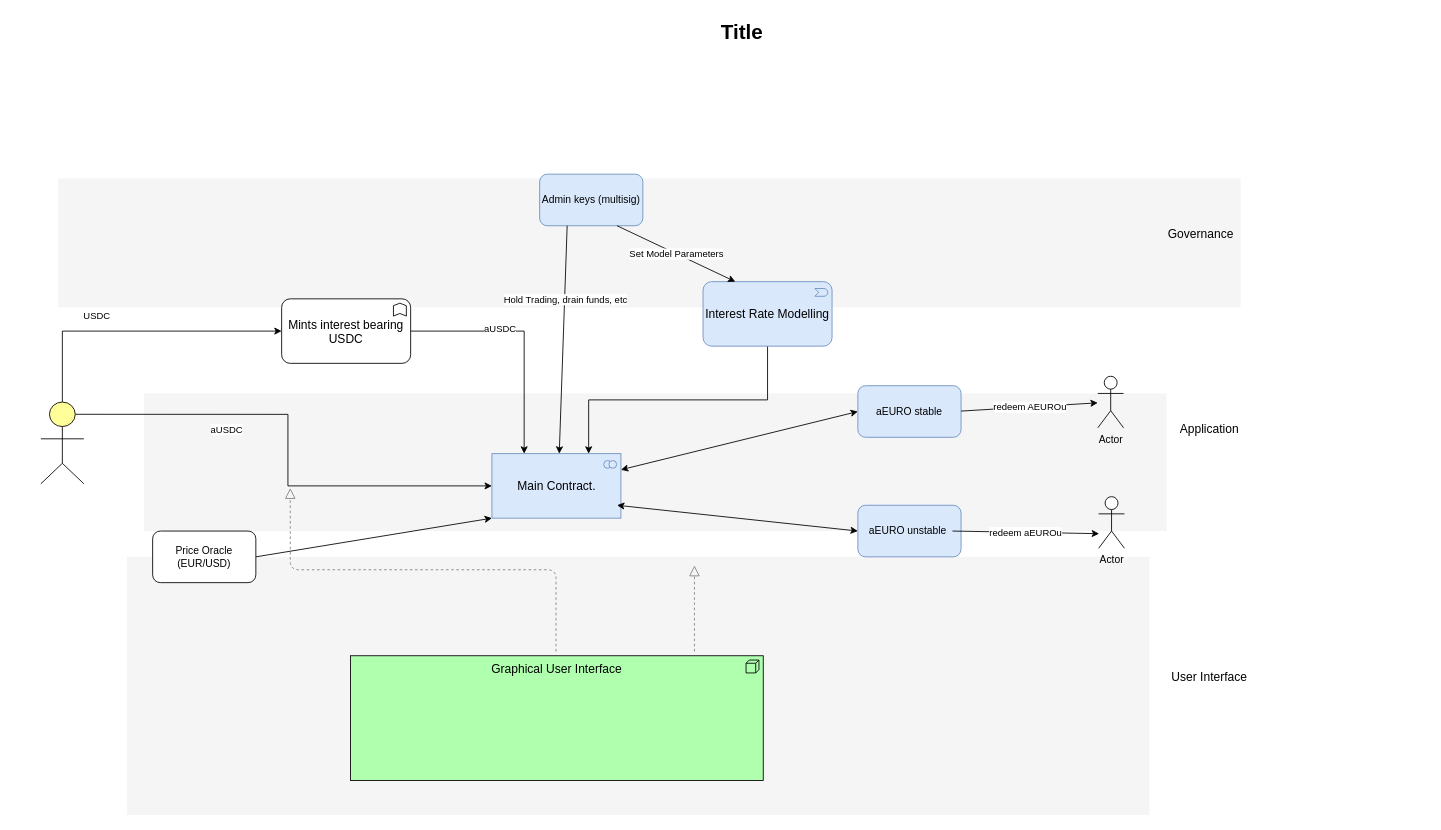
Before: flowchart.drawio in markus0x1/Dollar_Hedge, a draw.io diagram. Source tidied: cells renumbered, new cells numbered last; positions are measured from the earlier drawing's top-left corner, leaving out a move shared by most shapes. Both pictures are drawn from the tidied source at 86%, with x=0, y=0 at pixel (40, 15).
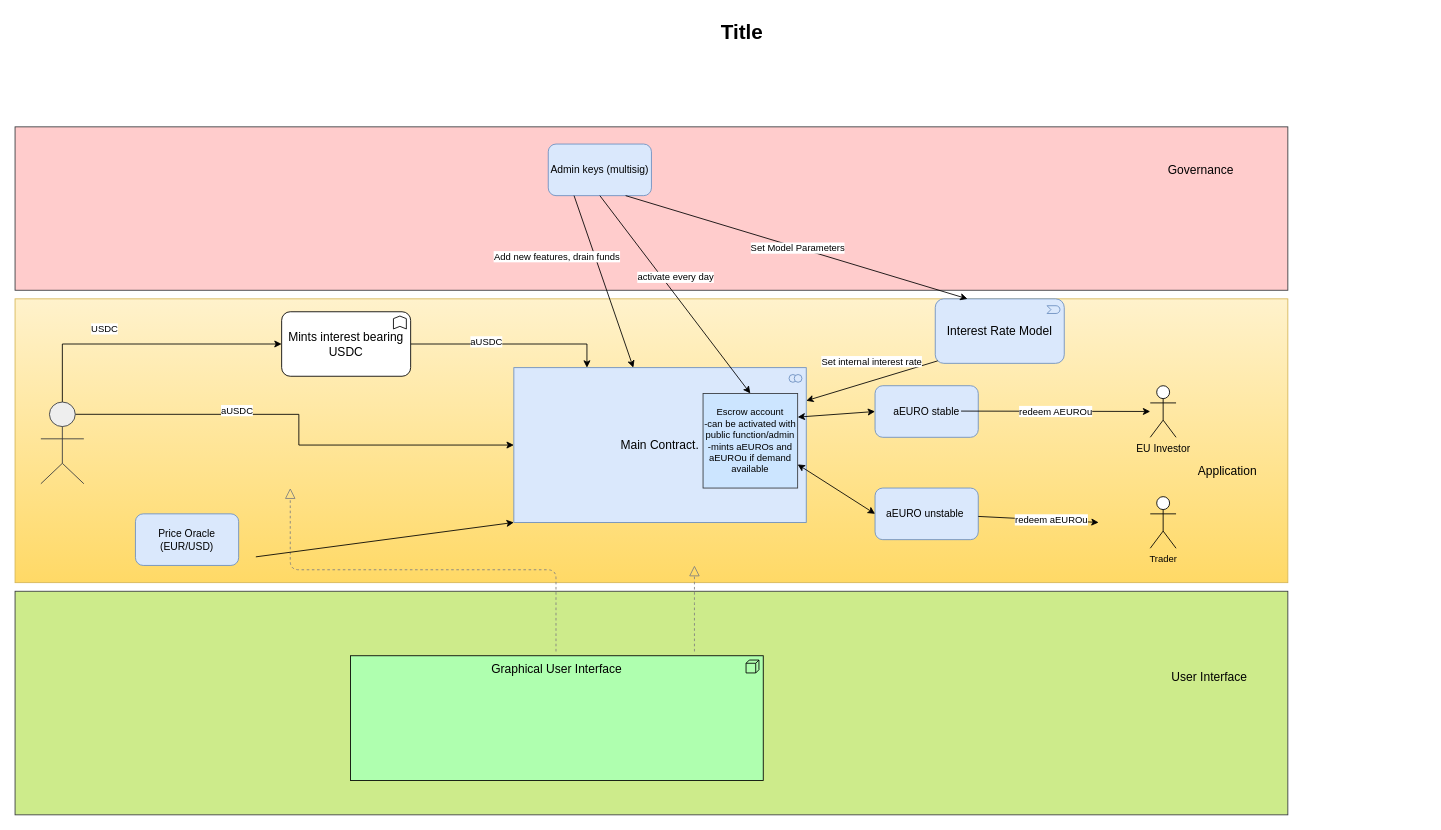
Above is the later version.

The edit, as a diff of the source:
```diff
@@
-    <mxCell id="2" style="whiteSpace=wrap;html=1;strokeColor=none;strokeWidth=1;fillColor=#f5f5f5;fontSize=14;" parent="1" vertex="1">
-      <mxGeometry x="100" y="630" width="1189" height="300" as="geometry" />
+    <mxCell id="2" style="whiteSpace=wrap;html=1;strokeColor=#36393d;strokeWidth=1;fillColor=#cdeb8b;fontSize=14;" parent="1" vertex="1">
+      <mxGeometry x="-30" y="670" width="1480" height="260" as="geometry" />
     </mxCell>
-    <mxCell id="3" style="whiteSpace=wrap;html=1;strokeColor=none;strokeWidth=1;fillColor=#f5f5f5;fontSize=14;" parent="1" vertex="1">
-      <mxGeometry x="120" y="440" width="1189" height="160" as="geometry" />
+    <mxCell id="3" style="whiteSpace=wrap;html=1;strokeWidth=1;fontSize=14;gradientColor=#ffd966;fillColor=#fff2cc;strokeColor=#d6b656;" parent="1" vertex="1">
+      <mxGeometry x="-30" y="330" width="1480" height="330" as="geometry" />
     </mxCell>
-    <mxCell id="4" style="whiteSpace=wrap;html=1;strokeColor=none;strokeWidth=1;fillColor=#f5f5f5;fontSize=14;" parent="1" vertex="1">
-      <mxGeometry x="20" y="190" width="1375" height="150" as="geometry" />
+    <mxCell id="4" style="whiteSpace=wrap;html=1;strokeColor=#36393d;strokeWidth=1;fillColor=#ffcccc;fontSize=14;" parent="1" vertex="1">
+      <mxGeometry x="-30" y="130" width="1480" height="190" as="geometry" />
     </mxCell>
@@
     <mxCell id="9" value="Mints interest bearing USDC" style="html=1;whiteSpace=wrap;shape=mxgraph.archimate3.application;appType=func;archiType=rounded;fontSize=14;" parent="1" vertex="1">
-      <mxGeometry x="280" y="330" width="150" height="75" as="geometry" />
+      <mxGeometry x="280" y="345" width="150" height="75" as="geometry" />
     </mxCell>
-    <mxCell id="10" value="Main Contract." style="html=1;whiteSpace=wrap;fillColor=#dae8fc;shape=mxgraph.archimate3.application;appType=collab;archiType=square;fontSize=14;strokeColor=#6c8ebf;" parent="1" vertex="1">
-      <mxGeometry x="524.5" y="510" width="150" height="75" as="geometry" />
+    <mxCell id="10" value="Main Contract." style="html=1;whiteSpace=wrap;fillColor=#dae8fc;shape=mxgraph.archimate3.application;appType=collab;archiType=square;fontSize=14;strokeColor=#6c8ebf;align=center;labelPosition=center;verticalLabelPosition=middle;verticalAlign=middle;" parent="1" vertex="1">
+      <mxGeometry x="550" y="410" width="340" height="180" as="geometry" />
     </mxCell>
-    <mxCell id="11" style="edgeStyle=orthogonalEdgeStyle;rounded=0;jettySize=auto;html=1;exitX=0.5;exitY=1;exitDx=0;exitDy=0;exitPerimeter=0;entryX=0.75;entryY=0;entryDx=0;entryDy=0;entryPerimeter=0;" parent="1" edge="1" source="12" target="10">
-      <mxGeometry relative="1" as="geometry" />
-    </mxCell>
-    <mxCell id="12" value="Interest Rate Modelling" style="html=1;whiteSpace=wrap;fillColor=#dae8fc;shape=mxgraph.archimate3.application;appType=event;archiType=rounded;fontSize=14;strokeColor=#6c8ebf;" parent="1" vertex="1">
-      <mxGeometry x="770" y="310" width="150" height="75" as="geometry" />
+    <mxCell id="12" value="Interest Rate Model" style="html=1;whiteSpace=wrap;fillColor=#dae8fc;shape=mxgraph.archimate3.application;appType=event;archiType=rounded;fontSize=14;strokeColor=#6c8ebf;" parent="1" vertex="1">
+      <mxGeometry x="1040" y="330" width="150" height="75" as="geometry" />
     </mxCell>
@@
     <mxCell id="14" value="Application" style="text;html=1;strokeColor=none;fillColor=none;align=center;verticalAlign=middle;whiteSpace=wrap;fontSize=14;" parent="1" vertex="1">
-      <mxGeometry x="1239" y="471" width="240" height="20" as="geometry" />
+      <mxGeometry x="1260" y="520" width="240" height="20" as="geometry" />
     </mxCell>
-    <mxCell id="15" value="Governance" style="text;html=1;strokeColor=none;fillColor=none;align=center;verticalAlign=middle;whiteSpace=wrap;fontSize=14;" parent="1" vertex="1">
-      <mxGeometry x="1229" y="245" width="240" height="20" as="geometry" />
+    <mxCell id="15" value="Governance" style="text;html=1;strokeColor=none;fillColor=none;align=center;verticalAlign=middle;whiteSpace=wrap;fontSize=14;rounded=1;" parent="1" vertex="1">
+      <mxGeometry x="1229" y="170" width="240" height="20" as="geometry" />
     </mxCell>
@@
-    <mxCell id="20" style="html=1;whiteSpace=wrap;fillColor=#ffff99;shape=mxgraph.archimate3.actor;fontSize=14;" parent="1" vertex="1">
+    <mxCell id="20" style="html=1;whiteSpace=wrap;fillColor=#eeeeee;shape=mxgraph.archimate3.actor;fontSize=14;strokeColor=#36393d;" parent="1" vertex="1">
       <mxGeometry y="450" width="50" height="95" as="geometry" />
     </mxCell>
@@
     <mxCell id="22" value="aEURO stable" style="rounded=1;whiteSpace=wrap;html=1;fillColor=#dae8fc;strokeColor=#6c8ebf;" parent="1" vertex="1">
-      <mxGeometry x="950" y="431" width="120" height="60" as="geometry" />
+      <mxGeometry x="970" y="431" width="120" height="60" as="geometry" />
     </mxCell>
     <mxCell id="23" value="aEURO unstable&amp;nbsp;" style="rounded=1;whiteSpace=wrap;html=1;fillColor=#dae8fc;strokeColor=#6c8ebf;" parent="1" vertex="1">
-      <mxGeometry x="950" y="570" width="120" height="60" as="geometry" />
+      <mxGeometry x="970" y="550" width="120" height="60" as="geometry" />
     </mxCell>
-    <mxCell id="24" style="endArrow=classic;startArrow=classic;html=1;entryX=0;entryY=0.5;entryDx=0;entryDy=0;exitX=1;exitY=0.25;exitDx=0;exitDy=0;exitPerimeter=0;" parent="1" edge="1" source="10" target="22">
+    <mxCell id="24" style="endArrow=classic;startArrow=classic;html=1;entryX=0;entryY=0.5;entryDx=0;entryDy=0;exitX=1;exitY=0.25;exitDx=0;exitDy=0;" parent="1" edge="1" source="40" target="22">
       <mxGeometry relative="1" as="geometry" />
     </mxCell>
-    <mxCell id="25" style="endArrow=classic;startArrow=classic;html=1;entryX=0;entryY=0.5;entryDx=0;entryDy=0;exitX=0.97;exitY=0.8;exitDx=0;exitDy=0;exitPerimeter=0;" parent="1" edge="1" source="10" target="23">
+    <mxCell id="25" style="endArrow=classic;startArrow=classic;html=1;entryX=0;entryY=0.5;entryDx=0;entryDy=0;exitX=1;exitY=0.75;exitDx=0;exitDy=0;" parent="1" edge="1" source="40" target="23">
       <mxGeometry relative="1" as="geometry" />
     </mxCell>
     <mxCell id="26" value="Admin keys (multisig)" style="rounded=1;whiteSpace=wrap;html=1;fillColor=#dae8fc;strokeColor=#6c8ebf;" parent="1" vertex="1">
-      <mxGeometry x="580" y="185" width="120" height="60" as="geometry" />
+      <mxGeometry x="590" y="150" width="120" height="60" as="geometry" />
     </mxCell>
@@
-    <mxCell id="29" style="endArrow=classic;html=1;exitX=0.25;exitY=1;exitDx=0;exitDy=0;" parent="1" edge="1">
-      <mxGeometry relative="1" as="geometry">
-        <mxPoint x="612" y="245" as="sourcePoint" />
-        <mxPoint x="602.8" y="510" as="targetPoint" />
-      </mxGeometry>
-    </mxCell>
-    <mxCell id="30" value="Hold Trading, drain funds, etc" style="edgeLabel;html=1;align=center;verticalAlign=middle;" parent="29" vertex="1">
-      <mxGeometry relative="1" as="geometry">
-        <mxPoint x="2.6" y="-47.9" as="offset" />
-      </mxGeometry>
-    </mxCell>
-    <mxCell id="31" value="Actor" style="shape=umlActor;verticalLabelPosition=bottom;verticalAlign=top;html=1;outlineConnect=0;" parent="1" vertex="1">
-      <mxGeometry x="1229" y="420" width="30" height="60" as="geometry" />
+    <mxCell id="31" value="EU Investor" style="shape=umlActor;verticalLabelPosition=bottom;verticalAlign=top;html=1;outlineConnect=0;" parent="1" vertex="1">
+      <mxGeometry x="1290" y="431" width="30" height="60" as="geometry" />
     </mxCell>
-    <mxCell id="32" value="Actor" style="shape=umlActor;verticalLabelPosition=bottom;verticalAlign=top;html=1;" parent="1" vertex="1">
-      <mxGeometry x="1230" y="560" width="30" height="60" as="geometry" />
+    <mxCell id="32" value="Trader" style="shape=umlActor;verticalLabelPosition=bottom;verticalAlign=top;html=1;fontSize=11;" parent="1" vertex="1">
+      <mxGeometry x="1290" y="560" width="30" height="60" as="geometry" />
     </mxCell>
@@
-    <mxCell id="36" style="endArrow=classic;html=1;entryX=0.934;entryY=1.019;entryDx=0;entryDy=0;entryPerimeter=0;" parent="1" edge="1" target="3">
+    <mxCell id="36" style="endArrow=classic;html=1;" parent="1" edge="1" source="23">
       <mxGeometry relative="1" as="geometry">
-        <mxPoint x="1060" y="600" as="sourcePoint" />
+        <mxPoint x="1230" y="590" as="targetPoint" />
       </mxGeometry>
     </mxCell>
     <mxCell id="37" value="redeem aEUROu" style="edgeLabel;html=1;align=center;verticalAlign=middle;" parent="36" vertex="1">
-      <mxGeometry relative="1" as="geometry" />
+      <mxGeometry relative="1" as="geometry">
+        <mxPoint x="15" as="offset" />
+      </mxGeometry>
     </mxCell>
-    <mxCell id="38" value="Price Oracle (EUR/USD)" style="rounded=1;whiteSpace=wrap;html=1;" parent="1" vertex="1">
-      <mxGeometry x="130" y="600" width="120" height="60" as="geometry" />
+    <mxCell id="38" value="Price Oracle (EUR/USD)" style="rounded=1;whiteSpace=wrap;html=1;fillColor=#dae8fc;strokeColor=#6c8ebf;" parent="1" vertex="1">
+      <mxGeometry x="110" y="580" width="120" height="60" as="geometry" />
     </mxCell>
@@
+    <mxCell id="40" value="&lt;div align=&quot;center&quot;&gt;Escrow account&lt;br&gt;&lt;/div&gt;&lt;div align=&quot;center&quot;&gt;-can be activated with public function/admin&lt;/div&gt;&lt;div align=&quot;center&quot;&gt;-mints aEUROs and aEUROu if demand available&lt;br&gt;&lt;/div&gt;" style="whiteSpace=wrap;html=1;fontSize=11;fillColor=#cce5ff;strokeColor=#36393d;" parent="1" vertex="1">
+      <mxGeometry x="770" y="440" width="110" height="110" as="geometry" />
+    </mxCell>
+    <mxCell id="41" style="endArrow=classic;html=1;fontSize=11;exitX=0.25;exitY=1;exitDx=0;exitDy=0;" parent="1" edge="1" source="26" target="10">
+      <mxGeometry relative="1" as="geometry" />
+    </mxCell>
+    <mxCell id="42" value="Add new features, drain funds" style="edgeLabel;html=1;align=center;verticalAlign=middle;" parent="41" vertex="1">
+      <mxGeometry relative="1" as="geometry">
+        <mxPoint x="-54.6" y="-30.2" as="offset" />
+      </mxGeometry>
+    </mxCell>
+    <mxCell id="43" style="endArrow=classic;html=1;fontSize=11;exitX=0.5;exitY=1;exitDx=0;exitDy=0;entryX=0.5;entryY=0;entryDx=0;entryDy=0;" parent="1" edge="1" source="26" target="40">
+      <mxGeometry relative="1" as="geometry" />
+    </mxCell>
+    <mxCell id="44" value="activate every day" style="edgeLabel;html=1;align=center;verticalAlign=middle;" parent="43" vertex="1">
+      <mxGeometry relative="1" as="geometry">
+        <mxPoint y="-20.4" as="offset" />
+      </mxGeometry>
+    </mxCell>
+    <mxCell id="11" style="endArrow=classic;html=1;fontSize=11;exitX=0;exitY=1;exitDx=2.9;exitDy=-2.9;exitPerimeter=0;" parent="1" edge="1" source="12" target="10">
+      <mxGeometry relative="1" as="geometry" />
+    </mxCell>
+    <mxCell id="45" value="Set internal interest rate" style="edgeLabel;html=1;align=center;verticalAlign=middle;" parent="11" vertex="1">
+      <mxGeometry relative="1" as="geometry">
+        <mxPoint x="-1.3" y="-22.7" as="offset" />
+      </mxGeometry>
+    </mxCell>
```
